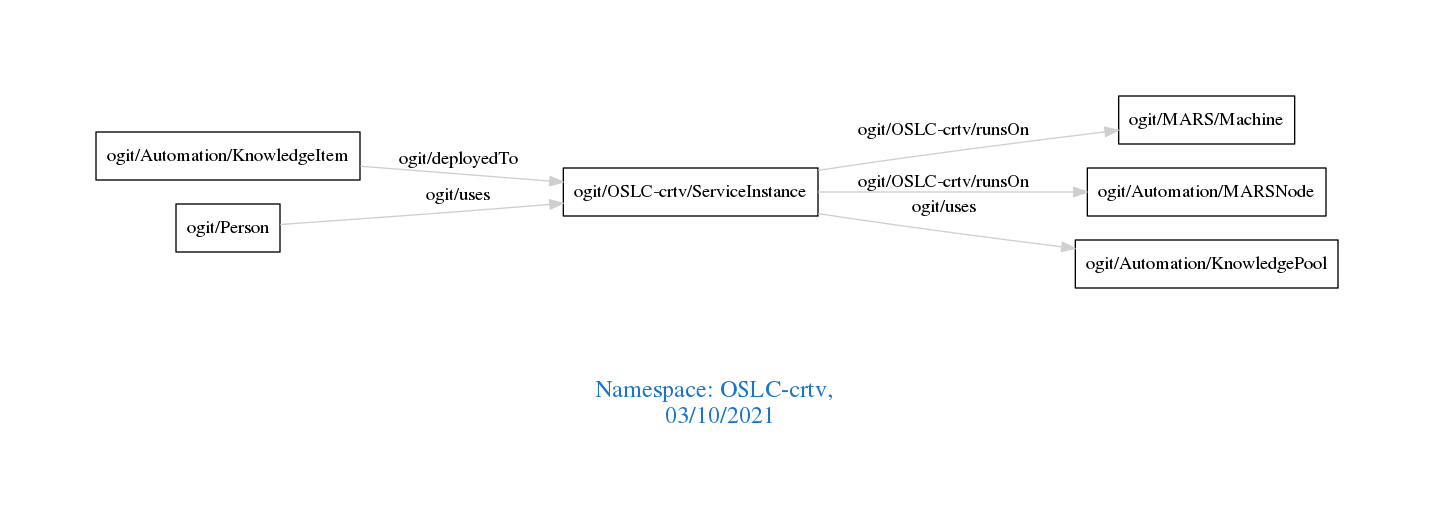
The Graphviz diagram downloads/OSLC-crtv.png in arago/OGIT, before a commit. Its source is kept beside it as downloads/OSLC-crtv.dot.
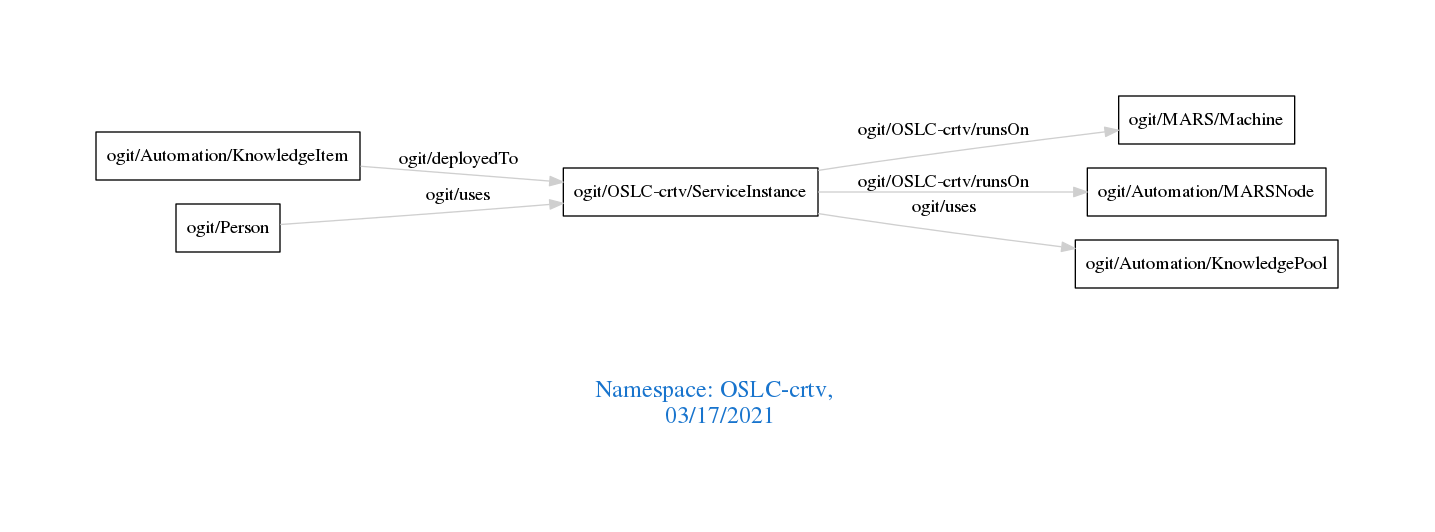
Above is the later version.

Change to the diagram source:
```diff
@@ -1,7 +1,7 @@
 digraph OGIT_ontology {
  graph [ rankdir= LR,pad=1
 fontsize = 18,
-fontcolor= dodgerblue3,label = "\n\n\nNamespace: OSLC-crtv, \n 03/10/2021"];
+fontcolor= dodgerblue3,label = "\n\n\nNamespace: OSLC-crtv, \n 03/17/2021"];
 node[shape=polygon];
 edge [  color="gray81"];
 
```
